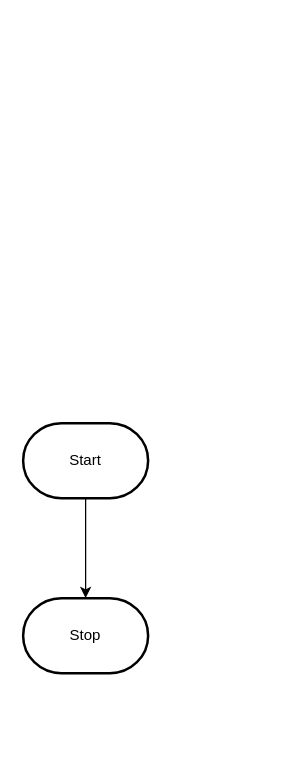
MTHS-ICS3U-2-2022/ICS3U-Unit-5-02-Nina-S-Mathew keeps this draw.io diagram as design/flowchart.drawio. Above is the earlier version. Source tidied: cells renumbered, new cells numbered last; positions are measured from the earlier drawing's top-left corner, leaving out a move shared by most shapes. Both pictures are drawn from the tidied source at 125%, with x=0, y=0 at pixel (22, 422).
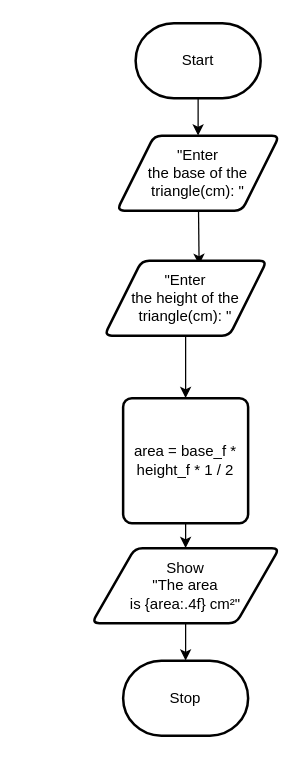
After the change.

Commit message (it also covers changes not shown here):
flowchart made

What changed in the source:
```diff
@@
 <mxGraphModel>
   <root>
     <mxCell id="0" />
     <mxCell id="1" parent="0" />
-    <mxCell id="2" style="edgeStyle=orthogonalEdgeStyle;html=1;rounded=0;" parent="1" edge="1" source="3" target="4">
+    <mxCell id="2" style="edgeStyle=none;html=1;entryX=0.5;entryY=0;entryDx=0;entryDy=0;" parent="1" edge="1" source="3" target="6">
       <mxGeometry relative="1" as="geometry" />
     </mxCell>
     <mxCell id="3" value="Start" style="strokeWidth=2;html=1;shape=mxgraph.flowchart.terminator;whiteSpace=wrap;" parent="1" vertex="1">
-      <mxGeometry width="100" height="60" as="geometry" />
+      <mxGeometry x="90" y="-320" width="100" height="60" as="geometry" />
     </mxCell>
+    <mxCell id="5" style="edgeStyle=none;html=1;entryX=0.583;entryY=0.057;entryDx=0;entryDy=0;entryPerimeter=0;" parent="1" edge="1" source="6" target="12">
+      <mxGeometry relative="1" as="geometry" />
+    </mxCell>
+    <mxCell id="6" value="&quot;Enter &lt;br&gt;the base of the triangle(cm): &quot;" style="shape=parallelogram;html=1;strokeWidth=2;perimeter=parallelogramPerimeter;whiteSpace=wrap;rounded=1;arcSize=12;size=0.23;" parent="1" vertex="1">
+      <mxGeometry x="75" y="-230" width="130" height="60" as="geometry" />
+    </mxCell>
+    <mxCell id="7" style="edgeStyle=none;html=1;" parent="1" edge="1" source="8" target="10">
+      <mxGeometry relative="1" as="geometry" />
+    </mxCell>
+    <mxCell id="8" value="area = base_f * height_f * 1 / 2" style="rounded=1;whiteSpace=wrap;html=1;absoluteArcSize=1;arcSize=14;strokeWidth=2;" parent="1" vertex="1">
+      <mxGeometry x="80" y="-20" width="100" height="100" as="geometry" />
+    </mxCell>
+    <mxCell id="9" style="edgeStyle=none;html=1;" parent="1" edge="1" source="10" target="4">
+      <mxGeometry relative="1" as="geometry" />
+    </mxCell>
+    <mxCell id="10" value="Show&lt;br&gt;&quot;The area &lt;br&gt;is {area:.4f} cm²&quot;" style="shape=parallelogram;html=1;strokeWidth=2;perimeter=parallelogramPerimeter;whiteSpace=wrap;rounded=1;arcSize=12;size=0.23;" parent="1" vertex="1">
+      <mxGeometry x="55" y="100" width="150" height="60" as="geometry" />
+    </mxCell>
     <mxCell id="4" value="Stop" style="strokeWidth=2;html=1;shape=mxgraph.flowchart.terminator;whiteSpace=wrap;" parent="1" vertex="1">
-      <mxGeometry y="140" width="100" height="60" as="geometry" />
+      <mxGeometry x="80" y="190" width="100" height="60" as="geometry" />
     </mxCell>
+    <mxCell id="11" style="edgeStyle=none;html=1;entryX=0.5;entryY=0;entryDx=0;entryDy=0;" parent="1" edge="1" source="12" target="8">
+      <mxGeometry relative="1" as="geometry" />
+    </mxCell>
+    <mxCell id="12" value="&quot;Enter &lt;br&gt;the height of the triangle(cm): &quot;" style="shape=parallelogram;html=1;strokeWidth=2;perimeter=parallelogramPerimeter;whiteSpace=wrap;rounded=1;arcSize=12;size=0.23;" parent="1" vertex="1">
+      <mxGeometry x="65" y="-130" width="130" height="60" as="geometry" />
+    </mxCell>
   </root>
 </mxGraphModel>
```
